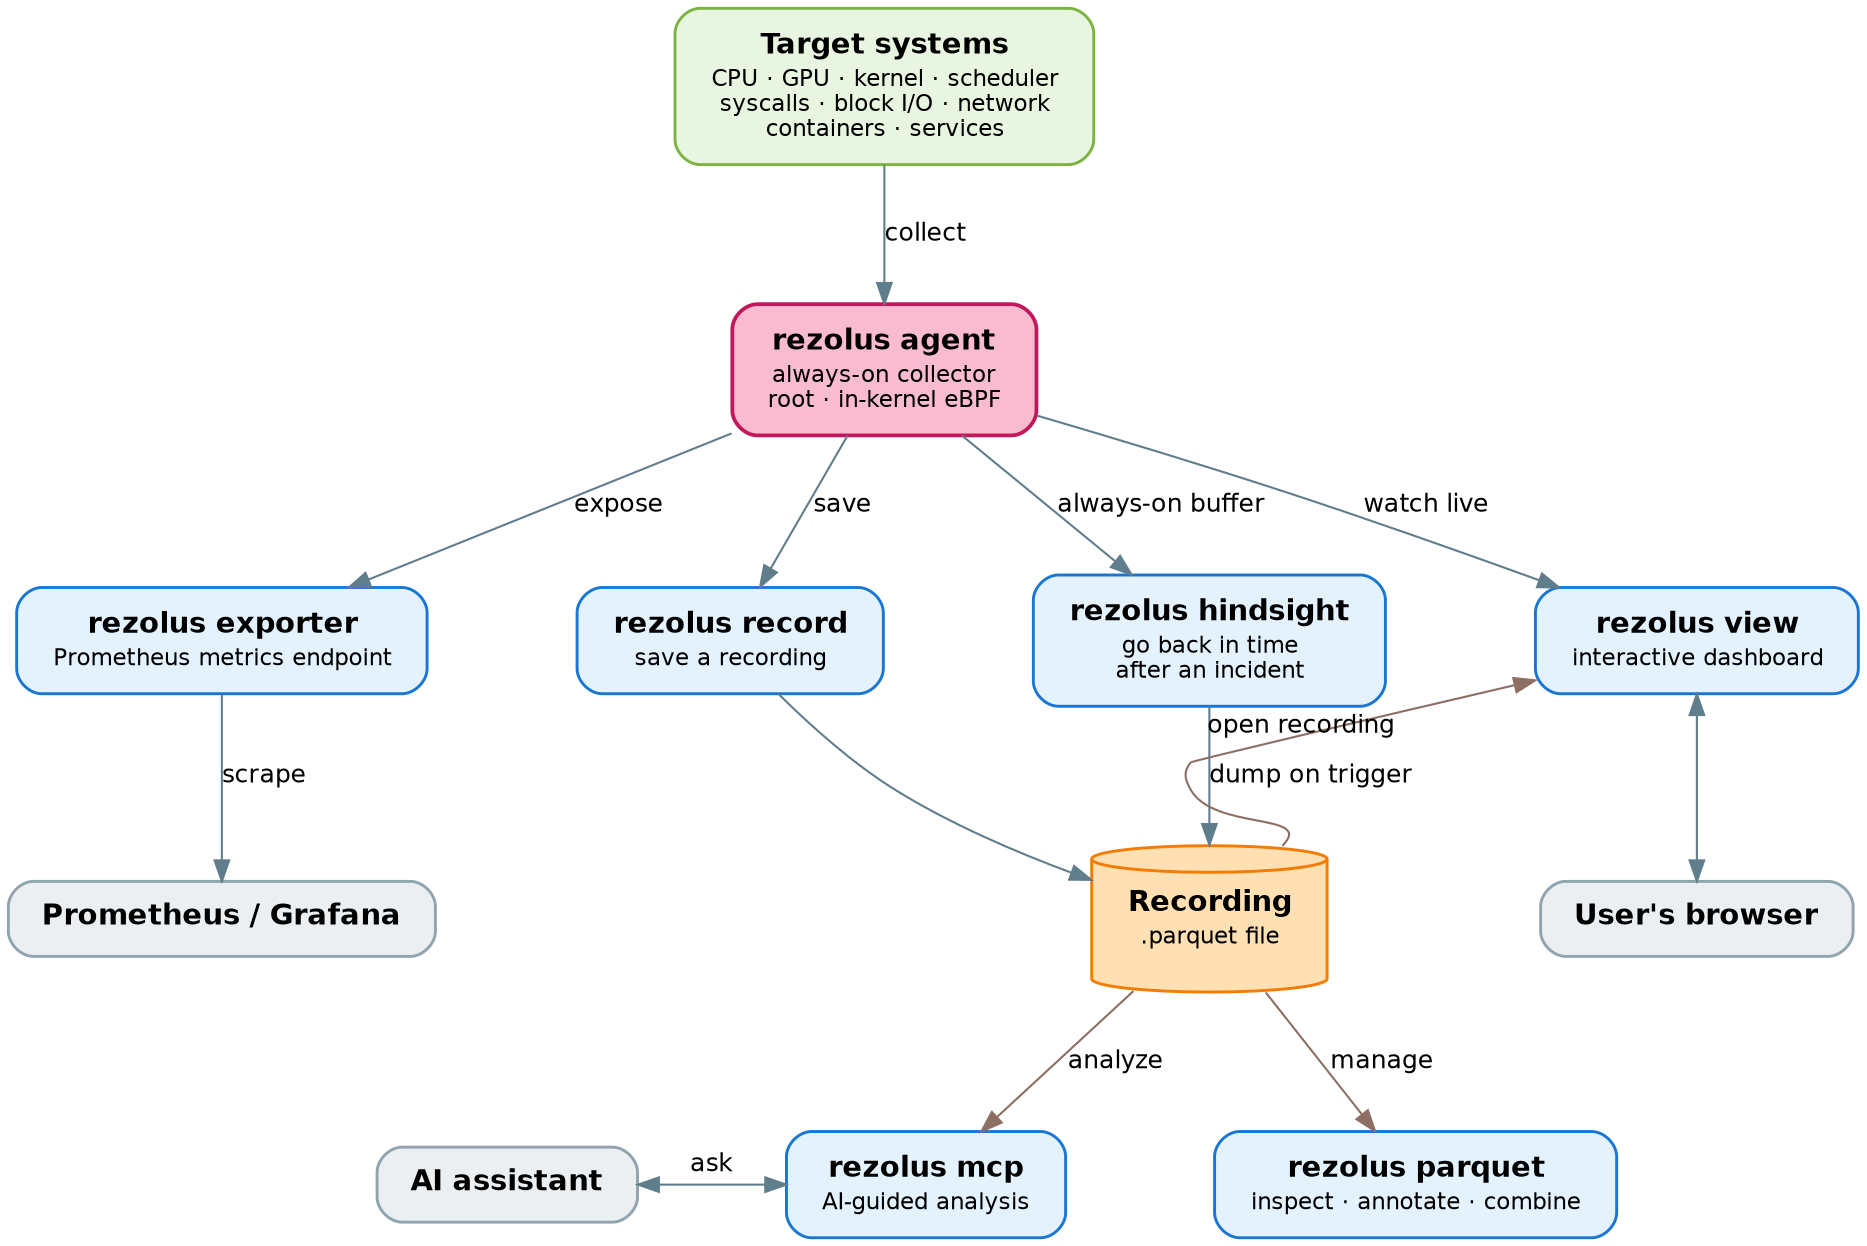
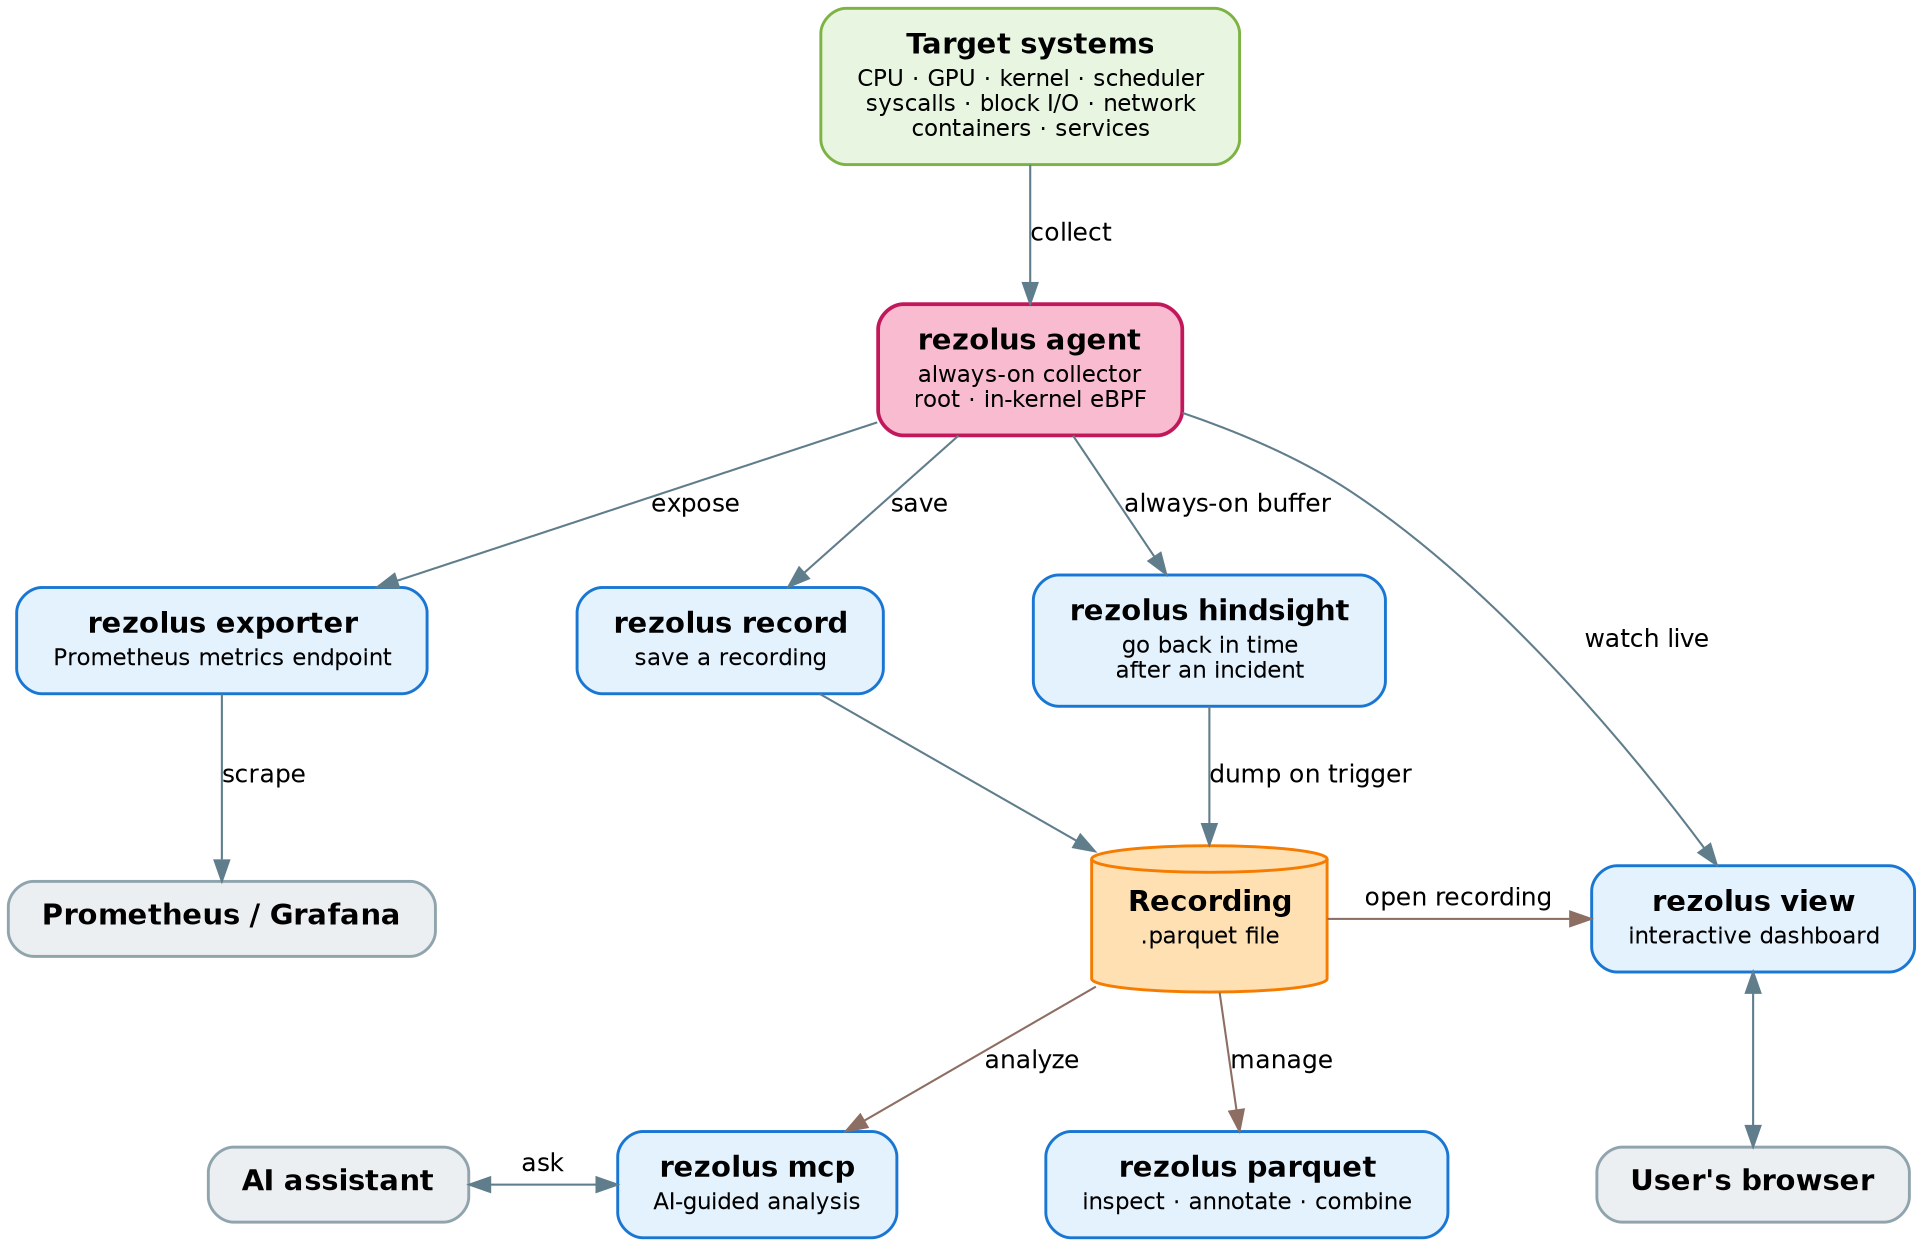
// Rezolus — what you can do with it (user's view)
//
// Render:  dot -Tsvg docs/architecture.dot -o docs/architecture.svg
//          dot -Tpng docs/architecture.dot -o docs/architecture.png
//
// Everything below is the one `rezolus` binary — you just pick the
// subcommand for the job. Arrows read as "what you do next".
//
// Labels use small HTML tables so the text centers (plain <br/> labels
// left-align in some Graphviz builds).

digraph rezolus {
  rankdir=TB;
  fontname="Helvetica";
  nodesep=0.5;
  ranksep=0.75;
  bgcolor="white";

  node [fontname="Helvetica", fontsize=14, shape=box, style="rounded,filled", penwidth=1.4, margin="0.22,0.14"];
  edge [fontname="Helvetica", fontsize=12, color="#607d8b"];

  // ---- What you're watching --------------------------------------------
  system [fillcolor="#e8f5e0", color="#7cb342", label=<
    <table border="0" cellborder="0" cellspacing="0" cellpadding="1">
      <tr><td align="center"><b>Target systems</b></td></tr>
      <tr><td align="center" balign="center"><font point-size="11">CPU · GPU · kernel · scheduler<br/>syscalls · block I/O · network<br/>containers · services</font></td></tr>
    </table>>];

  // ---- The always-on collector (pink: runs as root, eBPF in kernel) -----
  agent [fillcolor="#f8bbd0", color="#c2185b", penwidth=1.8, label=<
    <table border="0" cellborder="0" cellspacing="0" cellpadding="1">
      <tr><td align="center"><b>rezolus agent</b></td></tr>
      <tr><td align="center" balign="center"><font point-size="11">always-on collector<br/>root · in-kernel eBPF</font></td></tr>
    </table>>];

  // ---- Live: stream and watch ------------------------------------------
  exporter [fillcolor="#e3f2fd", color="#1976d2", group="gExp", label=<
    <table border="0" cellborder="0" cellspacing="0" cellpadding="1">
      <tr><td align="center"><b>rezolus exporter</b></td></tr>
      <tr><td align="center"><font point-size="11">Prometheus metrics endpoint</font></td></tr>
    </table>>];
  view [fillcolor="#e3f2fd", color="#1976d2", group="gView", label=<
    <table border="0" cellborder="0" cellspacing="0" cellpadding="1">
      <tr><td align="center"><b>rezolus view</b></td></tr>
      <tr><td align="center"><font point-size="11">interactive dashboard</font></td></tr>
    </table>>];

  // ---- Capture to a file -----------------------------------------------
  record [fillcolor="#e3f2fd", color="#1976d2", label=<
    <table border="0" cellborder="0" cellspacing="0" cellpadding="1">
      <tr><td align="center"><b>rezolus record</b></td></tr>
      <tr><td align="center"><font point-size="11">save a recording</font></td></tr>
    </table>>];
  hindsight [fillcolor="#e3f2fd", color="#1976d2", group="gRec", label=<
    <table border="0" cellborder="0" cellspacing="0" cellpadding="1">
      <tr><td align="center"><b>rezolus hindsight</b></td></tr>
      <tr><td align="center" balign="center"><font point-size="11">go back in time<br/>after an incident</font></td></tr>
    </table>>];

  // ---- Work with recordings --------------------------------------------
  mcp [fillcolor="#e3f2fd", color="#1976d2", label=<
    <table border="0" cellborder="0" cellspacing="0" cellpadding="1">
      <tr><td align="center"><b>rezolus mcp</b></td></tr>
      <tr><td align="center"><font point-size="11">AI-guided analysis</font></td></tr>
    </table>>];
  pqtools [fillcolor="#e3f2fd", color="#1976d2", label=<
    <table border="0" cellborder="0" cellspacing="0" cellpadding="1">
      <tr><td align="center"><b>rezolus parquet</b></td></tr>
      <tr><td align="center"><font point-size="11">inspect · annotate · combine</font></td></tr>
    </table>>];

  // ---- The recording artifact ------------------------------------------
  recording [shape=cylinder, fillcolor="#ffe0b2", color="#f57c00", group="gRec", label=<
    <table border="0" cellborder="0" cellspacing="0" cellpadding="1">
      <tr><td align="center"><b>Recording</b></td></tr>
      <tr><td align="center"><font point-size="11">.parquet file</font></td></tr>
    </table>>];

  // ---- Where the value lands -------------------------------------------
  grafana [label=<<b>Prometheus / Grafana</b>>, fillcolor="#eceff1", color="#90a4ae", group="gExp"];
  browser [label=<<b>User's browser</b>>,        fillcolor="#eceff1", color="#90a4ae", group="gView"];
  llm     [label=<<b>AI assistant</b>>,           fillcolor="#eceff1", color="#90a4ae"];

  // ---- Layout: rows keep the picture compact; invisible edges pin the
  //      left-to-right order within each row --------------------------
-   // view sits on the far right (next to the recording it opens); the
-   // other three are the expose/capture subcommands.
-   {rank=same; exporter; record; hindsight; view; exporter -> record -> hindsight -> view [style=invis];}
-   {rank=same; grafana; recording; browser; grafana -> recording -> browser [style=invis];}
+   // Row 1: the expose/capture subcommands.
+   {rank=same; exporter; record; hindsight; exporter -> record -> hindsight [style=invis];}
+   // Row 2: the recording and its artifacts; view sits on the far right,
+   // right next to the recording it opens, so 'open recording' is a clean
+   // horizontal edge.
+   {rank=same; grafana; recording; view; grafana -> recording -> view [style=invis];}
  // mcp and parquet sit side by side directly under the recording, with
  // the AI assistant to the left of mcp.
-   {rank=same; llm; mcp; pqtools; llm -> mcp -> pqtools [style=invis];}
+   {rank=same; llm; mcp; pqtools; browser; llm -> mcp -> pqtools -> browser [style=invis];}

  // ---- Collect ----------------------------------------------------------
  system -> agent [label="collect"];

  // ---- Live from the agent ---------------------------------------------
  agent -> exporter  [label="expose"];
  agent -> view      [label="watch live"];
  agent -> record    [label="save"];
  agent -> hindsight [label="always-on buffer"];

  exporter -> grafana [label="scrape", weight=10];

  // ---- Produce a recording ---------------------------------------------
  record    -> recording;
  hindsight -> recording [label="dump on trigger", weight=10];

-   // ---- Open a recording in the viewer. constraint=false keeps this edge
-   //      from disturbing the ranks (already pinned above); xlabel keeps the
-   //      label from bending the spline.
-   recording:ne -> view [xlabel="open recording", color="#8d6e63", constraint=false];
+   // ---- Open a recording in the viewer. view shares the recording's row,
+   //      so this is a straight horizontal edge (no back-edge, no crossing).
+   recording -> view [label="open recording", color="#8d6e63", constraint=false];

  // ---- Analyze / manage a recording ------------------------------------
  recording -> mcp     [label="analyze", color="#8d6e63"];
  recording -> pqtools [label="manage",  color="#8d6e63"];

  // ---- Outcomes ---------------------------------------------------------
  view -> browser [dir=both, weight=10];
  llm  -> mcp     [label="ask", dir=both, constraint=false];
}
